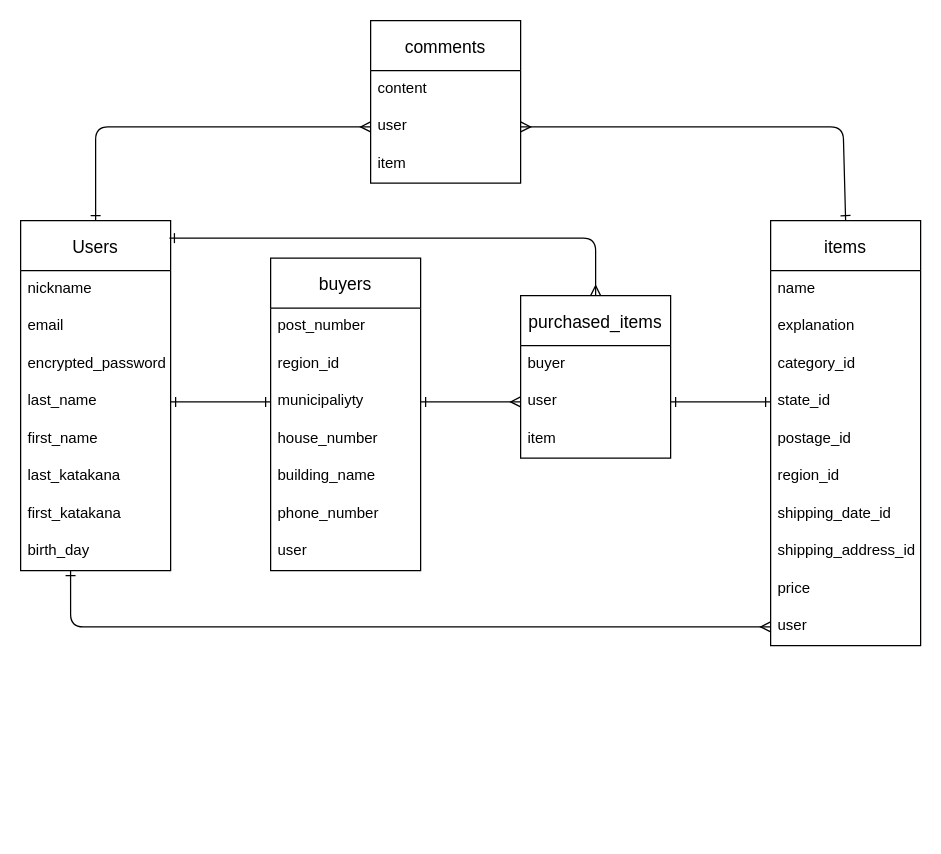
Earlier version of the draw.io diagram datebase.dio (Ta-ho113/furima-37211). Source tidied: cells renumbered, new cells numbered last; positions are measured from the earlier drawing's top-left corner, leaving out a move shared by most shapes. Both pictures are drawn from the tidied source at 125%, with x=0, y=0 at pixel (20, 20).
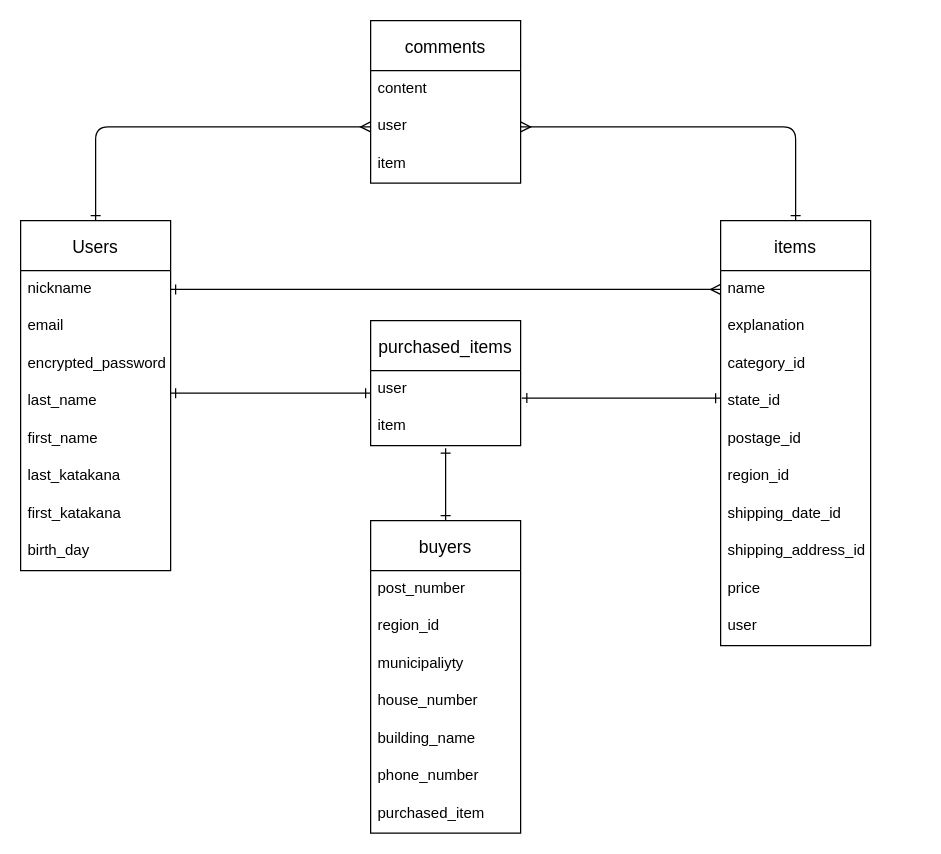
After the change.

Commit message:
ER図 レビュー修正3

Unchanged cells that the change refers to:
```xml
<mxCell id="2" value="Users" style="swimlane;fontStyle=0;horizontal=1;startSize=40;align=center;fontSize=14;" parent="1" vertex="1">
  <mxGeometry y="160" width="120" height="280" as="geometry" />
</mxCell>
<mxCell id="3" value="nickname" style="text;strokeColor=none;fillColor=none;spacingLeft=4;spacingRight=4;overflow=hidden;points=[[0,0.5],[1,0.5]];portConstraint=eastwest;fontSize=12;" parent="2" vertex="1">
  <mxGeometry y="40" width="120" height="30" as="geometry" />
</mxCell>
<mxCell id="6" value="last_name" style="text;strokeColor=none;fillColor=none;spacingLeft=4;spacingRight=4;overflow=hidden;points=[[0,0.5],[1,0.5]];portConstraint=eastwest;fontSize=12;" parent="2" vertex="1">
  <mxGeometry y="130" width="120" height="30" as="geometry" />
</mxCell>
<mxCell id="10" value="birth_day" style="text;strokeColor=none;fillColor=none;spacingLeft=4;spacingRight=4;overflow=hidden;points=[[0,0.5],[1,0.5]];portConstraint=eastwest;fontSize=12;" parent="2" vertex="1">
  <mxGeometry y="250" width="120" height="30" as="geometry" />
</mxCell>
<mxCell id="12" value="name" style="text;strokeColor=none;fillColor=none;spacingLeft=4;spacingRight=4;overflow=hidden;points=[[0,0.5],[1,0.5]];portConstraint=eastwest;fontSize=12;" parent="11" vertex="1">
  <mxGeometry y="40" width="120" height="30" as="geometry" />
</mxCell>
<mxCell id="15" value="state_id" style="text;strokeColor=none;fillColor=none;spacingLeft=4;spacingRight=4;overflow=hidden;points=[[0,0.5],[1,0.5]];portConstraint=eastwest;fontSize=12;" parent="11" vertex="1">
  <mxGeometry y="130" width="120" height="30" as="geometry" />
</mxCell>
<mxCell id="21" value="user" style="text;strokeColor=none;fillColor=none;spacingLeft=4;spacingRight=4;overflow=hidden;points=[[0,0.5],[1,0.5]];portConstraint=eastwest;fontSize=12;" parent="11" vertex="1">
  <mxGeometry y="310" width="120" height="30" as="geometry" />
</mxCell>
<mxCell id="24" value="user" style="text;strokeColor=none;fillColor=none;spacingLeft=4;spacingRight=4;overflow=hidden;points=[[0,0.5],[1,0.5]];portConstraint=eastwest;fontSize=12;" parent="22" vertex="1">
  <mxGeometry y="70" width="120" height="30" as="geometry" />
</mxCell>
<mxCell id="29" value="municipaliyty" style="text;strokeColor=none;fillColor=none;spacingLeft=4;spacingRight=4;overflow=hidden;points=[[0,0.5],[1,0.5]];portConstraint=eastwest;fontSize=12;" parent="26" vertex="1">
  <mxGeometry y="100" width="120" height="30" as="geometry" />
</mxCell>
```

The edit, as a diff of the source:
```diff
@@
     <mxCell id="11" value="items" style="swimlane;fontStyle=0;horizontal=1;startSize=40;align=center;fontSize=14;" parent="1" vertex="1">
-      <mxGeometry x="600" y="160" width="120" height="340" as="geometry" />
+      <mxGeometry x="560" y="160" width="120" height="340" as="geometry" />
     </mxCell>
@@
     <mxCell id="26" value="buyers" style="swimlane;fontStyle=0;horizontal=1;startSize=40;align=center;fontSize=14;" parent="1" vertex="1">
-      <mxGeometry x="200" y="190" width="120" height="250" as="geometry" />
+      <mxGeometry x="280" y="400" width="120" height="250" as="geometry" />
     </mxCell>
@@
-    <mxCell id="33" value="user" style="text;strokeColor=none;fillColor=none;spacingLeft=4;spacingRight=4;overflow=hidden;fontSize=12;" parent="26" vertex="1">
-      <mxGeometry y="220" width="120" height="30" as="geometry" />
-    </mxCell>
+    <mxCell id="45" value="purchased_item" style="text;strokeColor=none;fillColor=none;spacingLeft=4;spacingRight=4;overflow=hidden;fontSize=12;" parent="26" vertex="1">
+      <mxGeometry y="220" width="120" height="30" as="geometry" />
+    </mxCell>
     <mxCell id="34" value="purchased_items" style="swimlane;fontStyle=0;horizontal=1;startSize=40;align=center;fontSize=14;" parent="1" vertex="1">
-      <mxGeometry x="400" y="220" width="120" height="130" as="geometry" />
+      <mxGeometry x="280" y="240" width="120" height="100" as="geometry" />
     </mxCell>
-    <mxCell id="35" value="buyer" style="text;strokeColor=none;fillColor=none;spacingLeft=4;spacingRight=4;overflow=hidden;fontSize=12;" parent="34" vertex="1">
-      <mxGeometry y="40" width="120" height="30" as="geometry" />
-    </mxCell>
     <mxCell id="36" value="user" style="text;strokeColor=none;fillColor=none;spacingLeft=4;spacingRight=4;overflow=hidden;points=[[0,0.5],[1,0.5]];portConstraint=eastwest;fontSize=12;" parent="34" vertex="1">
-      <mxGeometry y="70" width="120" height="30" as="geometry" />
+      <mxGeometry y="40" width="120" height="30" as="geometry" />
     </mxCell>
     <mxCell id="37" value="item" style="text;strokeColor=none;fillColor=none;spacingLeft=4;spacingRight=4;overflow=hidden;points=[[0,0.5],[1,0.5]];portConstraint=eastwest;fontSize=12;" parent="34" vertex="1">
-      <mxGeometry y="100" width="120" height="30" as="geometry" />
+      <mxGeometry y="70" width="120" height="30" as="geometry" />
     </mxCell>
-    <mxCell id="38" style="edgeStyle=none;html=1;exitX=1;exitY=0.5;exitDx=0;exitDy=0;entryX=0;entryY=0.5;entryDx=0;entryDy=0;startArrow=ERone;startFill=0;endArrow=ERone;endFill=0;" parent="1" edge="1" source="6" target="29">
-      <mxGeometry relative="1" as="geometry" />
-    </mxCell>
-    <mxCell id="39" style="edgeStyle=none;html=1;exitX=1;exitY=0.5;exitDx=0;exitDy=0;entryX=0;entryY=0.5;entryDx=0;entryDy=0;startArrow=ERone;startFill=0;endArrow=ERmany;endFill=0;" parent="1" edge="1" source="29" target="36">
-      <mxGeometry relative="1" as="geometry" />
+    <mxCell id="39" style="edgeStyle=none;html=1;exitX=1;exitY=0.267;exitDx=0;exitDy=0;startArrow=ERone;startFill=0;endArrow=ERone;endFill=0;exitPerimeter=0;" parent="1" edge="1" source="6">
+      <mxGeometry relative="1" as="geometry">
+        <mxPoint x="280" y="298" as="targetPoint" />
+      </mxGeometry>
     </mxCell>
-    <mxCell id="40" style="edgeStyle=none;html=1;exitX=1;exitY=0.5;exitDx=0;exitDy=0;startArrow=ERone;startFill=0;endArrow=ERone;endFill=0;entryX=0;entryY=0.5;entryDx=0;entryDy=0;" parent="1" edge="1" source="36" target="15">
-      <mxGeometry relative="1" as="geometry" />
+    <mxCell id="40" style="edgeStyle=none;html=1;exitX=1.008;exitY=0.733;exitDx=0;exitDy=0;startArrow=ERone;startFill=0;endArrow=ERone;endFill=0;exitPerimeter=0;" parent="1" edge="1" source="36">
+      <mxGeometry relative="1" as="geometry">
+        <mxPoint x="560" y="302" as="targetPoint" />
+      </mxGeometry>
     </mxCell>
@@
     <mxCell id="42" style="edgeStyle=none;html=1;entryX=1;entryY=0.5;entryDx=0;entryDy=0;startArrow=ERone;startFill=0;endArrow=ERmany;endFill=0;exitX=0.5;exitY=0;exitDx=0;exitDy=0;" parent="1" edge="1" source="11" target="24">
       <mxGeometry relative="1" as="geometry">
         <Array as="points">
-          <mxPoint x="658" y="85" />
+          <mxPoint x="620" y="85" />
         </Array>
       </mxGeometry>
     </mxCell>
-    <mxCell id="43" style="edgeStyle=none;html=1;startArrow=ERone;startFill=0;endArrow=ERmany;endFill=0;exitX=0.333;exitY=1;exitDx=0;exitDy=0;exitPerimeter=0;entryX=0;entryY=0.5;entryDx=0;entryDy=0;" parent="1" edge="1" source="10" target="21">
+    <mxCell id="43" style="edgeStyle=none;html=1;startArrow=ERone;startFill=0;endArrow=ERmany;endFill=0;exitX=1;exitY=0.5;exitDx=0;exitDy=0;entryX=0;entryY=0.5;entryDx=0;entryDy=0;" parent="1" edge="1" source="3" target="12">
       <mxGeometry relative="1" as="geometry">
         <Array as="points">
-          <mxPoint x="40" y="485" />
-          <mxPoint x="320" y="485" />
+          <mxPoint x="330" y="215" />
         </Array>
       </mxGeometry>
     </mxCell>
-    <mxCell id="44" style="edgeStyle=none;html=1;exitX=0.992;exitY=0.05;exitDx=0;exitDy=0;entryX=0.5;entryY=0;entryDx=0;entryDy=0;startArrow=ERone;startFill=0;endArrow=ERmany;endFill=0;exitPerimeter=0;" parent="1" edge="1" source="2" target="34">
-      <mxGeometry relative="1" as="geometry">
-        <Array as="points">
-          <mxPoint x="460" y="174" />
-        </Array>
-      </mxGeometry>
+    <mxCell id="44" style="edgeStyle=none;html=1;exitX=0.5;exitY=1.067;exitDx=0;exitDy=0;entryX=0.5;entryY=0;entryDx=0;entryDy=0;endArrow=ERone;endFill=0;exitPerimeter=0;startArrow=ERone;startFill=0;" parent="1" edge="1" source="37" target="26">
+      <mxGeometry relative="1" as="geometry" />
     </mxCell>
```
